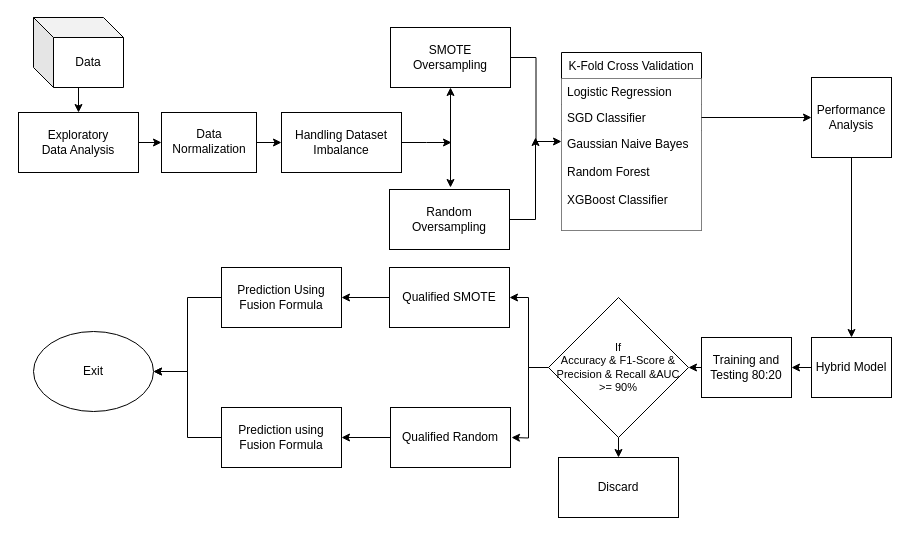
This is Flowchart Diagram.drawio from yasho191/Credit_Card_Fraud_Detection, a draw.io file, before an edit. Source tidied: cells renumbered, new cells numbered last; positions are measured from the earlier drawing's top-left corner, leaving out a move shared by most shapes. Both pictures are drawn from the tidied source at 100%, with x=0, y=0 at pixel (17, 17).
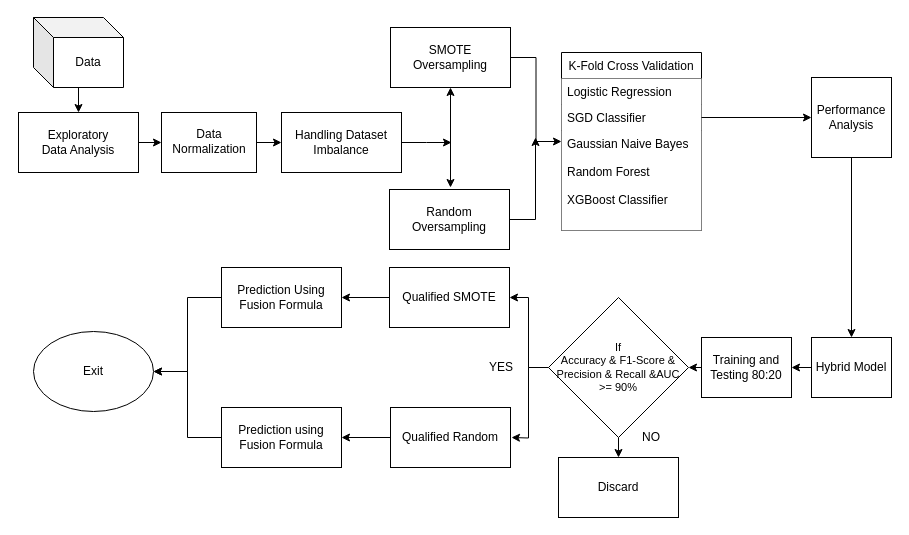
Above is the later version.

What changed in the source:
```diff
@@
+    <mxCell id="43" value="NO" style="text;html=1;strokeColor=none;fillColor=none;align=center;verticalAlign=middle;whiteSpace=wrap;rounded=0;" parent="1" vertex="1">
+      <mxGeometry x="614" y="410" width="40" height="20" as="geometry" />
+    </mxCell>
+    <mxCell id="44" value="YES" style="text;html=1;strokeColor=none;fillColor=none;align=center;verticalAlign=middle;whiteSpace=wrap;rounded=0;" parent="1" vertex="1">
+      <mxGeometry x="464" y="340" width="40" height="20" as="geometry" />
+    </mxCell>
```
